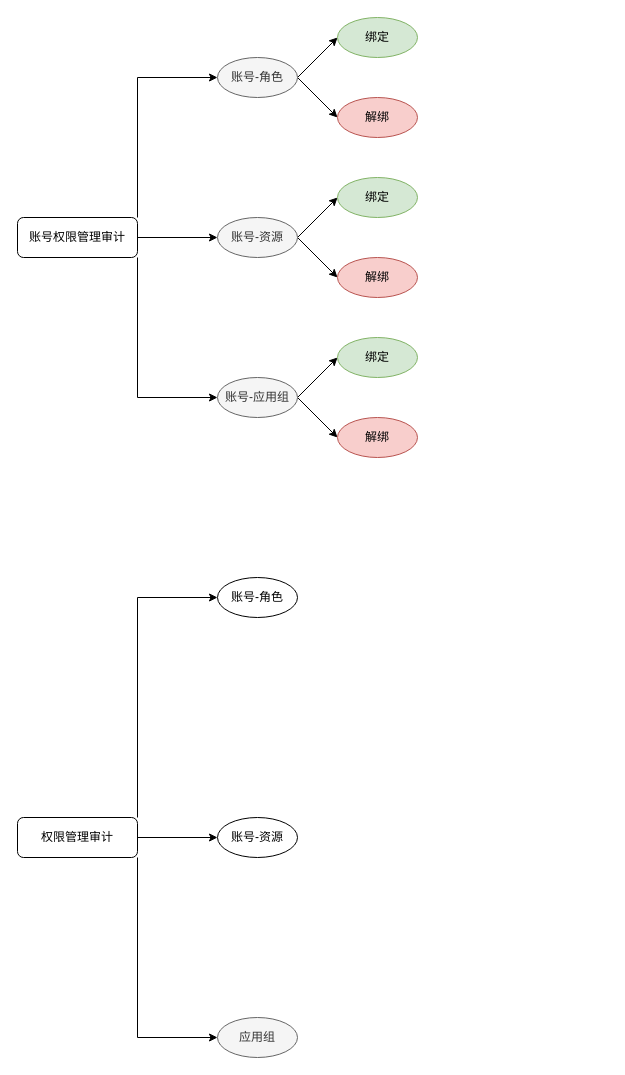
Above: derucci-权限管理审计.drawio in LDChing0321/JavaLearn (draw.io), before the change. Source tidied: cells renumbered, new cells numbered last; positions are measured from the earlier drawing's top-left corner, leaving out a move shared by most shapes. Both pictures are drawn from the tidied source at 100%, with x=0, y=0 at pixel (17, 17).
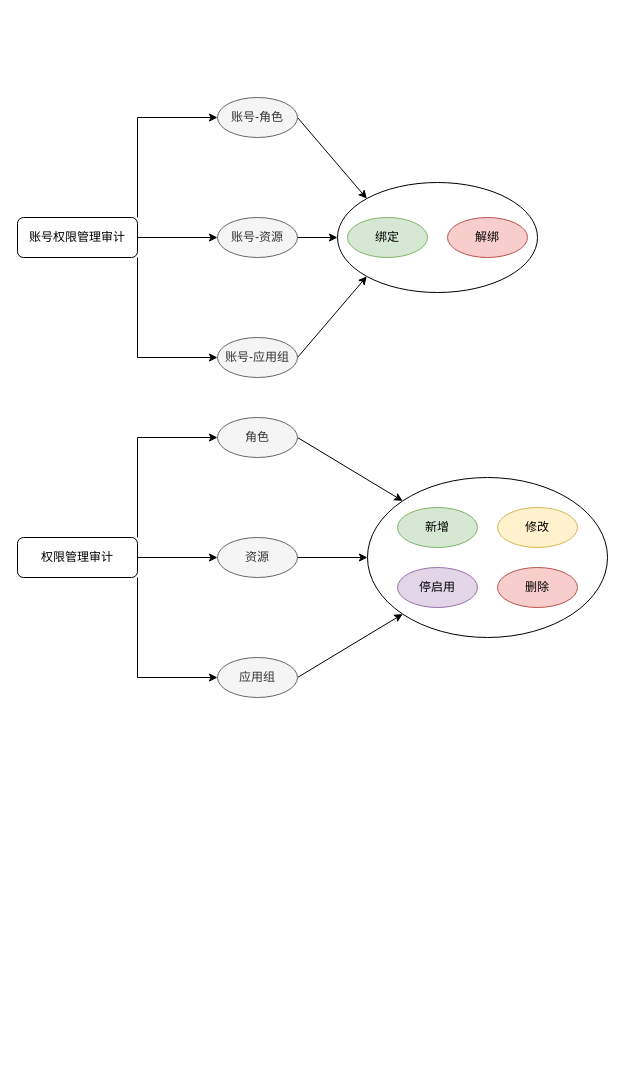
The same page after the edit.

Commit message (it also covers changes not shown here):
更新derucci-权限管理审计.drawio

Unchanged cells that the change refers to:
```xml
<mxCell id="11" value="账号-资源" style="ellipse;whiteSpace=wrap;html=1;rounded=1;fillColor=#f5f5f5;fontColor=#333333;strokeColor=#666666;" parent="1" vertex="1">
  <mxGeometry x="200" y="200" width="80" height="40" as="geometry" />
</mxCell>
```

Diff of the diagram source:
```diff
@@
-    <mxCell id="6" style="rounded=0;jettySize=auto;html=1;exitX=1;exitY=0.5;exitDx=0;exitDy=0;entryX=0;entryY=0.5;entryDx=0;entryDy=0;" parent="1" edge="1" source="8" target="22">
-      <mxGeometry relative="1" as="geometry" />
-    </mxCell>
-    <mxCell id="7" style="edgeStyle=none;rounded=0;jettySize=auto;html=1;exitX=1;exitY=0.5;exitDx=0;exitDy=0;entryX=0;entryY=0.5;entryDx=0;entryDy=0;" parent="1" edge="1" source="8" target="23">
+    <mxCell id="7" style="edgeStyle=none;rounded=0;jettySize=auto;html=1;exitX=1;exitY=0.5;exitDx=0;exitDy=0;entryX=0;entryY=0;entryDx=0;entryDy=0;" parent="1" edge="1" source="8" target="39">
       <mxGeometry relative="1" as="geometry" />
     </mxCell>
     <mxCell id="8" value="账号-角色" style="ellipse;whiteSpace=wrap;html=1;rounded=1;fillColor=#f5f5f5;fontColor=#333333;strokeColor=#666666;" parent="1" vertex="1">
-      <mxGeometry x="200" y="40" width="80" height="40" as="geometry" />
+      <mxGeometry x="200" y="80" width="80" height="40" as="geometry" />
     </mxCell>
-    <mxCell id="9" style="edgeStyle=none;rounded=0;jettySize=auto;html=1;exitX=1;exitY=0.5;exitDx=0;exitDy=0;entryX=0;entryY=0.5;entryDx=0;entryDy=0;" parent="1" edge="1" source="11" target="24">
-      <mxGeometry relative="1" as="geometry" />
-    </mxCell>
-    <mxCell id="10" style="edgeStyle=none;rounded=0;jettySize=auto;html=1;exitX=1;exitY=0.5;exitDx=0;exitDy=0;entryX=0;entryY=0.5;entryDx=0;entryDy=0;" parent="1" edge="1" source="11" target="25">
+    <mxCell id="10" style="edgeStyle=none;rounded=0;jettySize=auto;html=1;exitX=1;exitY=0.5;exitDx=0;exitDy=0;entryX=0;entryY=0.5;entryDx=0;entryDy=0;" parent="1" edge="1" source="11" target="39">
       <mxGeometry relative="1" as="geometry" />
     </mxCell>
@@
-    <mxCell id="12" style="edgeStyle=none;rounded=0;jettySize=auto;html=1;exitX=1;exitY=0.5;exitDx=0;exitDy=0;entryX=0;entryY=0.5;entryDx=0;entryDy=0;" parent="1" edge="1" source="14" target="26">
-      <mxGeometry relative="1" as="geometry" />
-    </mxCell>
-    <mxCell id="13" style="edgeStyle=none;rounded=0;jettySize=auto;html=1;exitX=1;exitY=0.5;exitDx=0;exitDy=0;entryX=0;entryY=0.5;entryDx=0;entryDy=0;" parent="1" edge="1" source="14" target="27">
-      <mxGeometry relative="1" as="geometry" />
-    </mxCell>
+    <mxCell id="28" style="edgeStyle=none;rounded=0;jettySize=auto;html=1;exitX=1;exitY=0.5;exitDx=0;exitDy=0;entryX=0;entryY=1;entryDx=0;entryDy=0;" parent="1" edge="1" source="14" target="39">
+      <mxGeometry relative="1" as="geometry" />
+    </mxCell>
     <mxCell id="14" value="账号-应用组" style="ellipse;whiteSpace=wrap;html=1;rounded=1;fillColor=#f5f5f5;fontColor=#333333;strokeColor=#666666;" parent="1" vertex="1">
-      <mxGeometry x="200" y="360" width="80" height="40" as="geometry" />
+      <mxGeometry x="200" y="320" width="80" height="40" as="geometry" />
     </mxCell>
@@
     <mxCell id="18" value="权限管理审计" style="rounded=1;whiteSpace=wrap;html=1;" parent="1" vertex="1">
-      <mxGeometry y="800" width="120" height="40" as="geometry" />
+      <mxGeometry y="520" width="120" height="40" as="geometry" />
     </mxCell>
+    <mxCell id="29" style="edgeStyle=none;rounded=0;jettySize=auto;html=1;exitX=1;exitY=0.5;exitDx=0;exitDy=0;entryX=0;entryY=0;entryDx=0;entryDy=0;" parent="1" edge="1" source="19" target="33">
+      <mxGeometry relative="1" as="geometry" />
+    </mxCell>
-    <mxCell id="19" value="账号-角色" style="ellipse;whiteSpace=wrap;html=1;rounded=1;" parent="1" vertex="1">
-      <mxGeometry x="200" y="560" width="80" height="40" as="geometry" />
+    <mxCell id="19" value="角色" style="ellipse;whiteSpace=wrap;html=1;rounded=1;fillColor=#f5f5f5;fontColor=#333333;strokeColor=#666666;" parent="1" vertex="1">
+      <mxGeometry x="200" y="400" width="80" height="40" as="geometry" />
     </mxCell>
+    <mxCell id="30" style="edgeStyle=none;rounded=0;jettySize=auto;html=1;exitX=1;exitY=0.5;exitDx=0;exitDy=0;entryX=0;entryY=0.5;entryDx=0;entryDy=0;" parent="1" edge="1" source="20" target="33">
+      <mxGeometry relative="1" as="geometry" />
+    </mxCell>
-    <mxCell id="20" value="账号-资源" style="ellipse;whiteSpace=wrap;html=1;rounded=1;" parent="1" vertex="1">
-      <mxGeometry x="200" y="800" width="80" height="40" as="geometry" />
+    <mxCell id="20" value="资源" style="ellipse;whiteSpace=wrap;html=1;rounded=1;fillColor=#f5f5f5;fontColor=#333333;strokeColor=#666666;" parent="1" vertex="1">
+      <mxGeometry x="200" y="520" width="80" height="40" as="geometry" />
     </mxCell>
+    <mxCell id="31" style="edgeStyle=none;rounded=0;jettySize=auto;html=1;exitX=1;exitY=0.5;exitDx=0;exitDy=0;entryX=0;entryY=1;entryDx=0;entryDy=0;" parent="1" edge="1" source="21" target="33">
+      <mxGeometry relative="1" as="geometry" />
+    </mxCell>
     <mxCell id="21" value="应用组" style="ellipse;whiteSpace=wrap;html=1;rounded=1;fillColor=#f5f5f5;fontColor=#333333;strokeColor=#666666;" parent="1" vertex="1">
-      <mxGeometry x="200" y="1000" width="80" height="40" as="geometry" />
+      <mxGeometry x="200" y="640" width="80" height="40" as="geometry" />
     </mxCell>
-    <mxCell id="22" value="绑定" style="ellipse;whiteSpace=wrap;html=1;rounded=1;fillColor=#d5e8d4;strokeColor=#82b366;" parent="1" vertex="1">
-      <mxGeometry x="320" width="80" height="40" as="geometry" />
-    </mxCell>
-    <mxCell id="23" value="解绑" style="ellipse;whiteSpace=wrap;html=1;rounded=1;fillColor=#f8cecc;strokeColor=#b85450;" parent="1" vertex="1">
-      <mxGeometry x="320" y="80" width="80" height="40" as="geometry" />
-    </mxCell>
-    <mxCell id="24" value="绑定" style="ellipse;whiteSpace=wrap;html=1;rounded=1;fillColor=#d5e8d4;strokeColor=#82b366;" parent="1" vertex="1">
-      <mxGeometry x="320" y="160" width="80" height="40" as="geometry" />
-    </mxCell>
-    <mxCell id="25" value="解绑" style="ellipse;whiteSpace=wrap;html=1;rounded=1;fillColor=#f8cecc;strokeColor=#b85450;" parent="1" vertex="1">
-      <mxGeometry x="320" y="240" width="80" height="40" as="geometry" />
-    </mxCell>
-    <mxCell id="26" value="绑定" style="ellipse;whiteSpace=wrap;html=1;rounded=1;fillColor=#d5e8d4;strokeColor=#82b366;" parent="1" vertex="1">
-      <mxGeometry x="320" y="320" width="80" height="40" as="geometry" />
-    </mxCell>
-    <mxCell id="27" value="解绑" style="ellipse;whiteSpace=wrap;html=1;rounded=1;fillColor=#f8cecc;strokeColor=#b85450;" parent="1" vertex="1">
-      <mxGeometry x="320" y="400" width="80" height="40" as="geometry" />
-    </mxCell>
+    <mxCell id="32" style="group;" parent="1" vertex="1">
+      <mxGeometry x="350" y="460" width="240" height="160" as="geometry" />
+    </mxCell>
+    <mxCell id="33" style="ellipse;whiteSpace=wrap;html=1;rounded=1;" parent="32" vertex="1">
+      <mxGeometry width="240" height="160" as="geometry" />
+    </mxCell>
+    <mxCell id="34" value="新增" style="ellipse;whiteSpace=wrap;html=1;rounded=1;fillColor=#d5e8d4;strokeColor=#82b366;" parent="32" vertex="1">
+      <mxGeometry x="30" y="30" width="80" height="40" as="geometry" />
+    </mxCell>
+    <mxCell id="35" value="修改" style="ellipse;whiteSpace=wrap;html=1;rounded=1;fillColor=#fff2cc;strokeColor=#d6b656;" parent="32" vertex="1">
+      <mxGeometry x="130" y="30" width="80" height="40" as="geometry" />
+    </mxCell>
+    <mxCell id="36" value="停启用" style="ellipse;whiteSpace=wrap;html=1;rounded=1;fillColor=#e1d5e7;strokeColor=#9673a6;" parent="32" vertex="1">
+      <mxGeometry x="30" y="90" width="80" height="40" as="geometry" />
+    </mxCell>
+    <mxCell id="37" value="删除" style="ellipse;whiteSpace=wrap;html=1;rounded=1;fillColor=#f8cecc;strokeColor=#b85450;" parent="32" vertex="1">
+      <mxGeometry x="130" y="90" width="80" height="40" as="geometry" />
+    </mxCell>
+    <mxCell id="38" style="group;" parent="1" vertex="1">
+      <mxGeometry x="320" y="165" width="200" height="110" as="geometry" />
+    </mxCell>
+    <mxCell id="39" style="ellipse;whiteSpace=wrap;html=1;rounded=1;" parent="38" vertex="1">
+      <mxGeometry width="200" height="110" as="geometry" />
+    </mxCell>
+    <mxCell id="40" value="绑定" style="ellipse;whiteSpace=wrap;html=1;rounded=1;fillColor=#d5e8d4;strokeColor=#82b366;" parent="38" vertex="1">
+      <mxGeometry x="10" y="35" width="80" height="40" as="geometry" />
+    </mxCell>
+    <mxCell id="41" value="解绑" style="ellipse;whiteSpace=wrap;html=1;rounded=1;fillColor=#f8cecc;strokeColor=#b85450;" parent="38" vertex="1">
+      <mxGeometry x="110" y="35" width="80" height="40" as="geometry" />
+    </mxCell>
```
